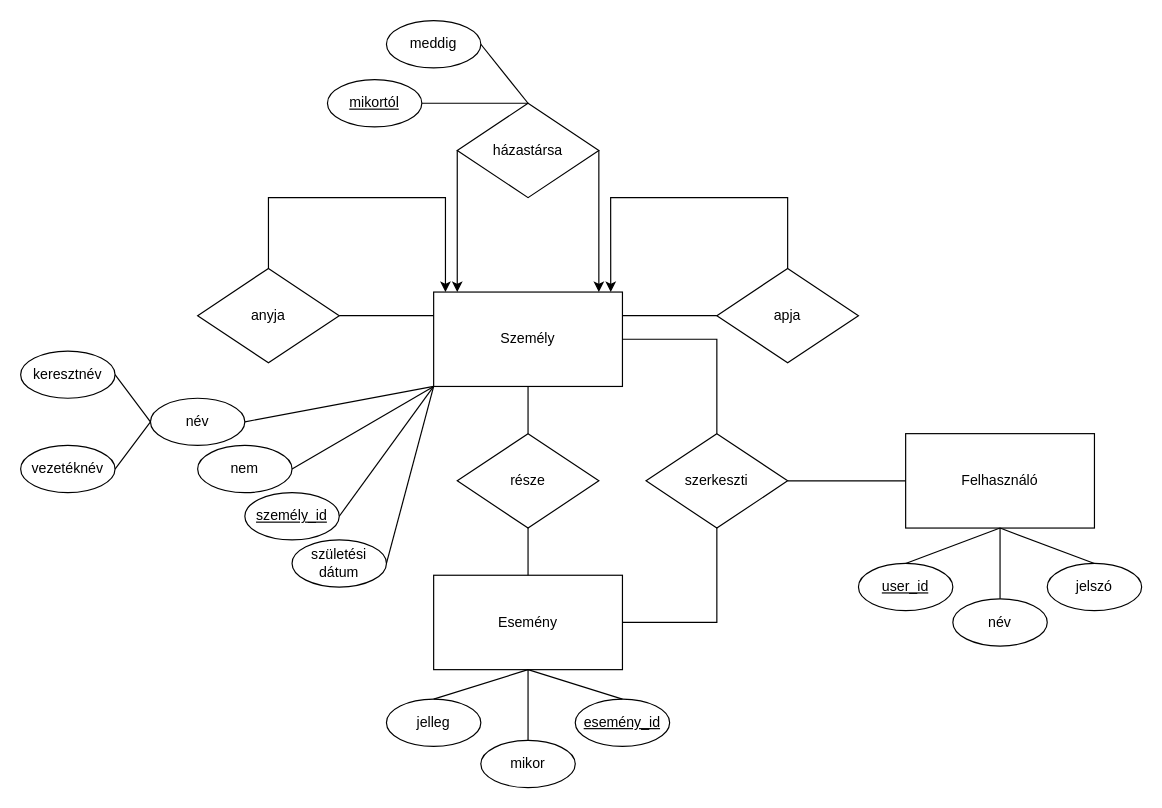
Before: Családfa EK.drawio in bodorcy/adatb_csaladfa, a draw.io diagram. Source tidied: cells renumbered, new cells numbered last; positions are measured from the earlier drawing's top-left corner, leaving out a move shared by most shapes. Both pictures are drawn from the tidied source at 118%, with x=0, y=0 at pixel (20, 20).
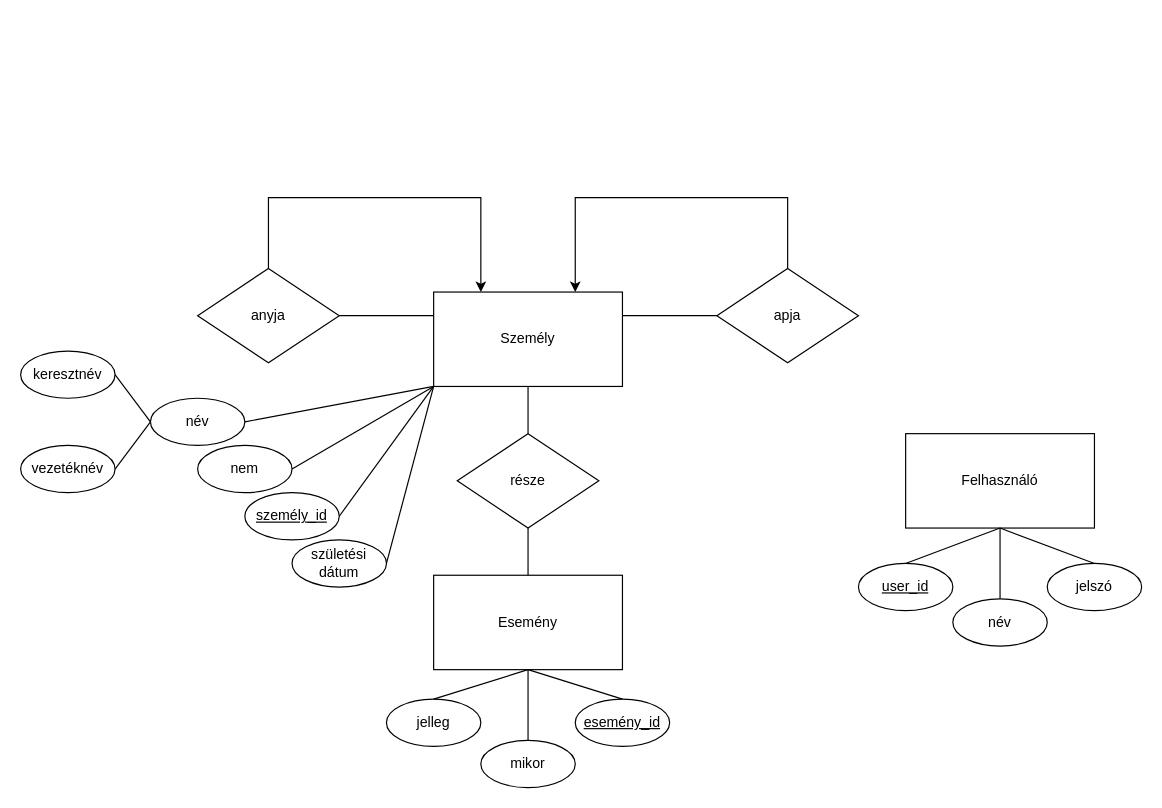
The same page after the edit.

Unchanged cells that the change refers to:
```xml
<mxCell id="2" value="Személy" style="rounded=0;whiteSpace=wrap;html=1;" parent="1" vertex="1">
  <mxGeometry x="350" y="230" width="160" height="80" as="geometry" />
</mxCell>
<mxCell id="15" value="anyja" style="rhombus;whiteSpace=wrap;html=1;" parent="1" vertex="1">
  <mxGeometry x="150" y="210" width="120" height="80" as="geometry" />
</mxCell>
<mxCell id="16" value="apja" style="rhombus;whiteSpace=wrap;html=1;" parent="1" vertex="1">
  <mxGeometry x="590" y="210" width="120" height="80" as="geometry" />
</mxCell>
<mxCell id="28" value="Esemény" style="rounded=0;whiteSpace=wrap;html=1;" parent="1" vertex="1">
  <mxGeometry x="350" y="470" width="160" height="80" as="geometry" />
</mxCell>
<mxCell id="38" value="Felhasználó" style="rounded=0;whiteSpace=wrap;html=1;" parent="1" vertex="1">
  <mxGeometry x="750" y="350" width="160" height="80" as="geometry" />
</mxCell>
```

What changed in the source:
```diff
@@
-    <mxCell id="19" style="endArrow=classic;html=1;rounded=0;exitX=0.5;exitY=0;exitDx=0;exitDy=0;" parent="1" edge="1" source="15">
+    <mxCell id="19" style="endArrow=classic;html=1;rounded=0;exitX=0.5;exitY=0;exitDx=0;exitDy=0;entryX=0.25;entryY=0;entryDx=0;entryDy=0;" parent="1" edge="1" source="15" target="2">
       <mxGeometry relative="1" as="geometry">
-        <mxPoint x="360" y="230" as="targetPoint" />
         <Array as="points">
           <mxPoint x="210" y="150" />
-          <mxPoint x="360" y="150" />
+          <mxPoint x="390" y="150" />
         </Array>
       </mxGeometry>
     </mxCell>
-    <mxCell id="20" style="endArrow=classic;html=1;rounded=0;exitX=0.5;exitY=0;exitDx=0;exitDy=0;entryX=0.938;entryY=0;entryDx=0;entryDy=0;entryPerimeter=0;" parent="1" edge="1" source="16" target="2">
+    <mxCell id="20" style="endArrow=classic;html=1;rounded=0;exitX=0.5;exitY=0;exitDx=0;exitDy=0;entryX=0.75;entryY=0;entryDx=0;entryDy=0;" parent="1" edge="1" source="16" target="2">
       <mxGeometry relative="1" as="geometry">
         <Array as="points">
           <mxPoint x="650" y="150" />
-          <mxPoint x="500" y="150" />
+          <mxPoint x="470" y="150" />
         </Array>
       </mxGeometry>
     </mxCell>
-    <mxCell id="21" value="házastársa" style="rhombus;whiteSpace=wrap;html=1;" parent="1" vertex="1">
-      <mxGeometry x="370" y="70" width="120" height="80" as="geometry" />
-    </mxCell>
-    <mxCell id="22" style="endArrow=classic;html=1;rounded=0;exitX=0;exitY=0.5;exitDx=0;exitDy=0;entryX=0.125;entryY=0;entryDx=0;entryDy=0;entryPerimeter=0;" parent="1" edge="1" source="21" target="2">
-      <mxGeometry relative="1" as="geometry" />
-    </mxCell>
-    <mxCell id="23" style="endArrow=classic;html=1;rounded=0;exitX=1;exitY=0.5;exitDx=0;exitDy=0;entryX=0.875;entryY=0;entryDx=0;entryDy=0;entryPerimeter=0;" parent="1" edge="1" source="21" target="2">
-      <mxGeometry relative="1" as="geometry" />
-    </mxCell>
-    <mxCell id="24" value="&lt;u&gt;mikortól&lt;/u&gt;" style="ellipse;whiteSpace=wrap;html=1;" parent="1" vertex="1">
-      <mxGeometry x="260" y="50" width="80" height="40" as="geometry" />
-    </mxCell>
-    <mxCell id="25" value="meddig" style="ellipse;whiteSpace=wrap;html=1;" parent="1" vertex="1">
-      <mxGeometry x="310" width="80" height="40" as="geometry" />
-    </mxCell>
-    <mxCell id="26" style="endArrow=none;html=1;rounded=0;entryX=0.5;entryY=0;entryDx=0;entryDy=0;exitX=1;exitY=0.5;exitDx=0;exitDy=0;" parent="1" edge="1" source="24" target="21">
-      <mxGeometry relative="1" as="geometry" />
-    </mxCell>
-    <mxCell id="27" style="endArrow=none;html=1;rounded=0;entryX=0.5;entryY=0;entryDx=0;entryDy=0;exitX=1;exitY=0.5;exitDx=0;exitDy=0;" parent="1" edge="1" source="25" target="21">
-      <mxGeometry relative="1" as="geometry" />
-    </mxCell>
@@
-    <mxCell id="45" value="szerkeszti" style="rhombus;whiteSpace=wrap;html=1;" parent="1" vertex="1">
-      <mxGeometry x="530" y="350" width="120" height="80" as="geometry" />
-    </mxCell>
-    <mxCell id="46" style="endArrow=none;html=1;rounded=0;entryX=0;entryY=0.5;entryDx=0;entryDy=0;exitX=1;exitY=0.5;exitDx=0;exitDy=0;" parent="1" edge="1" source="45" target="38">
-      <mxGeometry relative="1" as="geometry" />
-    </mxCell>
-    <mxCell id="47" style="endArrow=none;html=1;rounded=0;entryX=1;entryY=0.5;entryDx=0;entryDy=0;exitX=0.5;exitY=0;exitDx=0;exitDy=0;" parent="1" edge="1" source="45" target="2">
-      <mxGeometry relative="1" as="geometry">
-        <Array as="points">
-          <mxPoint x="590" y="350" />
-          <mxPoint x="590" y="270" />
-        </Array>
-      </mxGeometry>
-    </mxCell>
-    <mxCell id="48" style="endArrow=none;html=1;rounded=0;entryX=0.5;entryY=1;entryDx=0;entryDy=0;exitX=1;exitY=0.5;exitDx=0;exitDy=0;" parent="1" edge="1" source="28" target="45">
-      <mxGeometry relative="1" as="geometry">
-        <Array as="points">
-          <mxPoint x="590" y="510" />
-        </Array>
-      </mxGeometry>
-    </mxCell>
```
